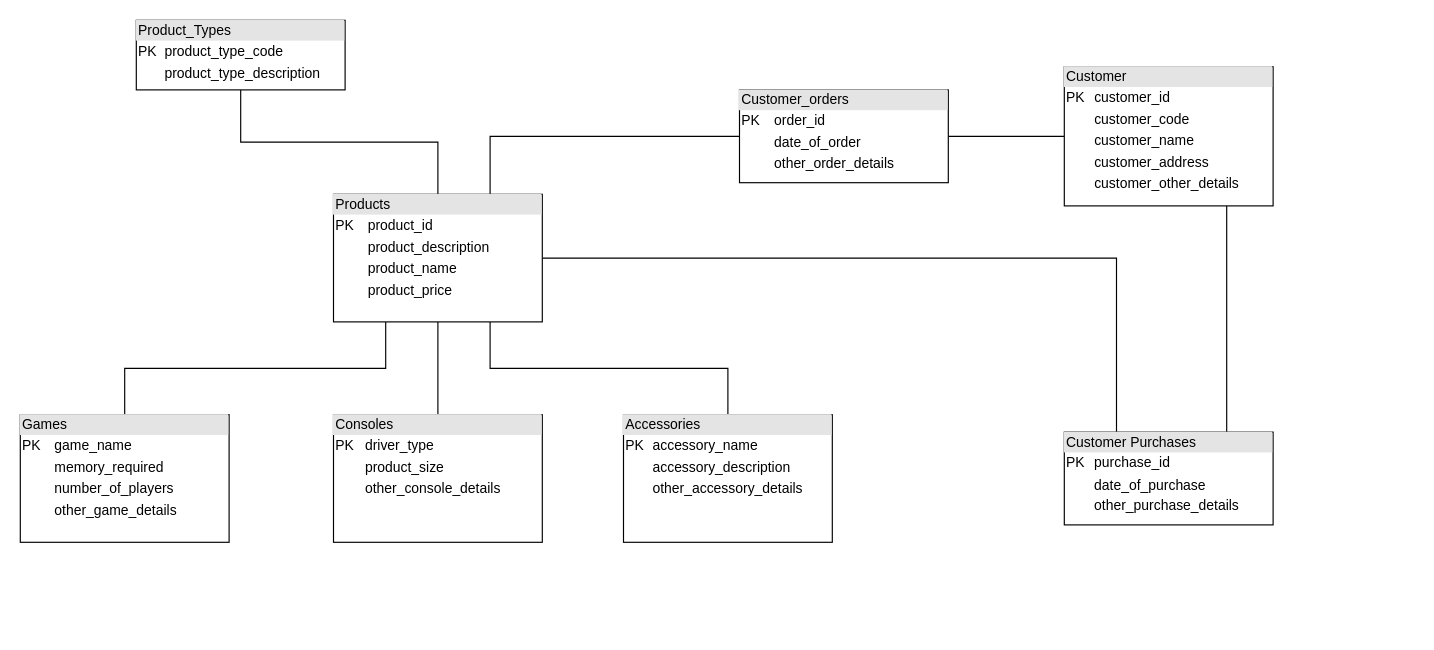
Before: page "The games store" (4 of 5) of first_diagram.drawio in nevenaAtanasova/diagrams, a draw.io diagram. Source tidied: cells renumbered, new cells numbered last; positions are measured from the earlier drawing's top-left corner, leaving out a move shared by most shapes. Both pictures are drawn from the tidied source at 116%, with x=0, y=0 at pixel (20, 20).
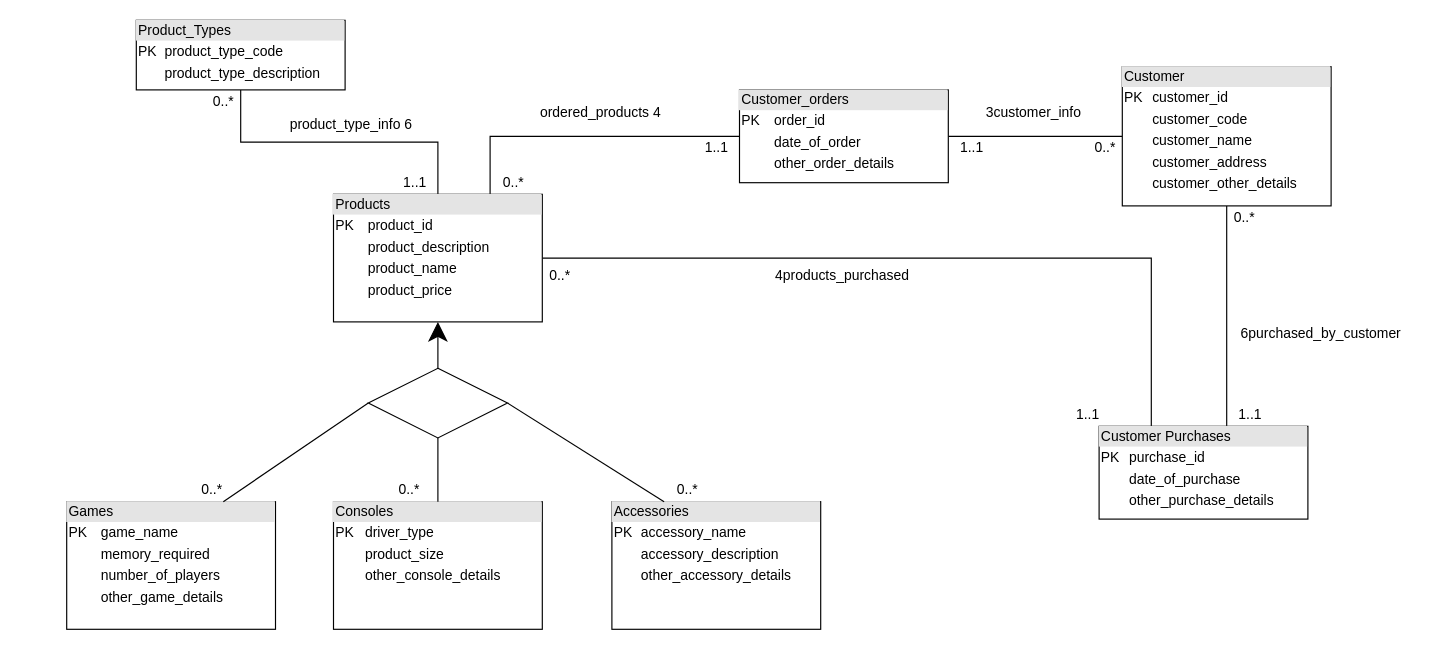
The same diagram, later.

The change refers to these unchanged cells:
```xml
<mxCell id="9" value="&lt;div style=&quot;box-sizing: border-box ; width: 100% ; background: #e4e4e4 ; padding: 2px&quot;&gt;Products&lt;/div&gt;&lt;table style=&quot;width: 100% ; font-size: 1em&quot; cellpadding=&quot;2&quot; cellspacing=&quot;0&quot;&gt;&lt;tbody&gt;&lt;tr&gt;&lt;td&gt;PK&lt;/td&gt;&lt;td&gt;product_id&lt;/td&gt;&lt;/tr&gt;&lt;tr&gt;&lt;td&gt;&lt;br&gt;&lt;/td&gt;&lt;td&gt;product_description&lt;/td&gt;&lt;/tr&gt;&lt;tr&gt;&lt;td&gt;&lt;br&gt;&lt;/td&gt;&lt;td&gt;product_name&lt;/td&gt;&lt;/tr&gt;&lt;tr&gt;&lt;td&gt;&lt;br&gt;&lt;/td&gt;&lt;td&gt;product_price&lt;/td&gt;&lt;/tr&gt;&lt;tr&gt;&lt;td&gt;&lt;br&gt;&lt;/td&gt;&lt;td&gt;&lt;br&gt;&lt;/td&gt;&lt;/tr&gt;&lt;/tbody&gt;&lt;/table&gt;" style="verticalAlign=top;align=left;overflow=fill;html=1;" parent="1" vertex="1">
  <mxGeometry x="270" y="150" width="180" height="110" as="geometry" />
</mxCell>
```

What changed in the source:
```diff
@@
-    <mxCell id="4" style="edgeStyle=orthogonalEdgeStyle;rounded=0;jettySize=auto;html=1;startArrow=none;startFill=0;endArrow=none;endFill=0;strokeColor=#000000;" parent="1" edge="1" source="9" target="10">
-      <mxGeometry relative="1" as="geometry" />
-    </mxCell>
@@
-    <mxCell id="6" style="edgeStyle=orthogonalEdgeStyle;rounded=0;jettySize=auto;html=1;exitX=0.75;exitY=1;exitDx=0;exitDy=0;entryX=0.5;entryY=0;entryDx=0;entryDy=0;startArrow=none;startFill=0;endArrow=none;endFill=0;strokeColor=#000000;" parent="1" edge="1" source="9" target="11">
-      <mxGeometry relative="1" as="geometry" />
-    </mxCell>
-    <mxCell id="7" style="edgeStyle=orthogonalEdgeStyle;rounded=0;jettySize=auto;html=1;exitX=0.25;exitY=1;exitDx=0;exitDy=0;startArrow=none;startFill=0;endArrow=none;endFill=0;strokeColor=#000000;" parent="1" edge="1" source="9" target="12">
-      <mxGeometry relative="1" as="geometry" />
-    </mxCell>
@@
     <mxCell id="10" value="&lt;div style=&quot;box-sizing: border-box ; width: 100% ; background: #e4e4e4 ; padding: 2px&quot;&gt;Consoles&lt;/div&gt;&lt;table style=&quot;width: 100% ; font-size: 1em&quot; cellpadding=&quot;2&quot; cellspacing=&quot;0&quot;&gt;&lt;tbody&gt;&lt;tr&gt;&lt;td&gt;PK&lt;/td&gt;&lt;td&gt;driver_type&lt;/td&gt;&lt;/tr&gt;&lt;tr&gt;&lt;td&gt;&lt;br&gt;&lt;/td&gt;&lt;td&gt;product_size&lt;/td&gt;&lt;/tr&gt;&lt;tr&gt;&lt;td&gt;&lt;br&gt;&lt;/td&gt;&lt;td&gt;other_console_details&lt;/td&gt;&lt;/tr&gt;&lt;tr&gt;&lt;td&gt;&lt;br&gt;&lt;/td&gt;&lt;td&gt;&lt;br&gt;&lt;/td&gt;&lt;/tr&gt;&lt;/tbody&gt;&lt;/table&gt;" style="verticalAlign=top;align=left;overflow=fill;html=1;" parent="1" vertex="1">
-      <mxGeometry x="270" y="340" width="180" height="110" as="geometry" />
+      <mxGeometry x="270" y="415" width="180" height="110" as="geometry" />
     </mxCell>
     <mxCell id="11" value="&lt;div style=&quot;box-sizing: border-box ; width: 100% ; background: #e4e4e4 ; padding: 2px&quot;&gt;Accessories&lt;/div&gt;&lt;table style=&quot;width: 100% ; font-size: 1em&quot; cellpadding=&quot;2&quot; cellspacing=&quot;0&quot;&gt;&lt;tbody&gt;&lt;tr&gt;&lt;td&gt;PK&lt;/td&gt;&lt;td&gt;accessory_name&lt;/td&gt;&lt;/tr&gt;&lt;tr&gt;&lt;td&gt;&lt;br&gt;&lt;/td&gt;&lt;td&gt;accessory_description&lt;/td&gt;&lt;/tr&gt;&lt;tr&gt;&lt;td&gt;&lt;br&gt;&lt;/td&gt;&lt;td&gt;other_accessory_details&lt;/td&gt;&lt;/tr&gt;&lt;tr&gt;&lt;td&gt;&lt;br&gt;&lt;/td&gt;&lt;td&gt;&lt;br&gt;&lt;/td&gt;&lt;/tr&gt;&lt;/tbody&gt;&lt;/table&gt;" style="verticalAlign=top;align=left;overflow=fill;html=1;" parent="1" vertex="1">
-      <mxGeometry x="520" y="340" width="180" height="110" as="geometry" />
+      <mxGeometry x="510" y="415" width="180" height="110" as="geometry" />
     </mxCell>
     <mxCell id="12" value="&lt;div style=&quot;box-sizing: border-box ; width: 100% ; background: #e4e4e4 ; padding: 2px&quot;&gt;Games&lt;/div&gt;&lt;table style=&quot;width: 100% ; font-size: 1em&quot; cellpadding=&quot;2&quot; cellspacing=&quot;0&quot;&gt;&lt;tbody&gt;&lt;tr&gt;&lt;td&gt;PK&lt;/td&gt;&lt;td&gt;game_name&lt;/td&gt;&lt;/tr&gt;&lt;tr&gt;&lt;td&gt;&lt;br&gt;&lt;/td&gt;&lt;td&gt;memory_required&lt;/td&gt;&lt;/tr&gt;&lt;tr&gt;&lt;td&gt;&lt;br&gt;&lt;/td&gt;&lt;td&gt;number_of_players&lt;/td&gt;&lt;/tr&gt;&lt;tr&gt;&lt;td&gt;&lt;br&gt;&lt;/td&gt;&lt;td&gt;other_game_details&lt;/td&gt;&lt;/tr&gt;&lt;tr&gt;&lt;td&gt;&lt;br&gt;&lt;/td&gt;&lt;td&gt;&lt;br&gt;&lt;/td&gt;&lt;/tr&gt;&lt;/tbody&gt;&lt;/table&gt;" style="verticalAlign=top;align=left;overflow=fill;html=1;" parent="1" vertex="1">
-      <mxGeometry y="340" width="180" height="110" as="geometry" />
+      <mxGeometry x="40" y="415" width="180" height="110" as="geometry" />
     </mxCell>
@@
     <mxCell id="16" value="&lt;div style=&quot;box-sizing: border-box ; width: 100% ; background: #e4e4e4 ; padding: 2px&quot;&gt;Customer&lt;/div&gt;&lt;table style=&quot;width: 100% ; font-size: 1em&quot; cellpadding=&quot;2&quot; cellspacing=&quot;0&quot;&gt;&lt;tbody&gt;&lt;tr&gt;&lt;td&gt;PK&lt;/td&gt;&lt;td&gt;customer_id&lt;/td&gt;&lt;/tr&gt;&lt;tr&gt;&lt;td&gt;&lt;br&gt;&lt;/td&gt;&lt;td&gt;customer_code&lt;/td&gt;&lt;/tr&gt;&lt;tr&gt;&lt;td&gt;&lt;br&gt;&lt;/td&gt;&lt;td&gt;customer_name&lt;br&gt;&lt;/td&gt;&lt;/tr&gt;&lt;tr&gt;&lt;td&gt;&lt;br&gt;&lt;/td&gt;&lt;td&gt;customer_address&lt;/td&gt;&lt;/tr&gt;&lt;tr&gt;&lt;td&gt;&lt;br&gt;&lt;/td&gt;&lt;td&gt;customer_other_details&lt;/td&gt;&lt;/tr&gt;&lt;/tbody&gt;&lt;/table&gt;" style="verticalAlign=top;align=left;overflow=fill;html=1;" parent="1" vertex="1">
-      <mxGeometry x="900" y="40" width="180" height="120" as="geometry" />
+      <mxGeometry x="950" y="40" width="180" height="120" as="geometry" />
     </mxCell>
     <mxCell id="17" value="&lt;div style=&quot;box-sizing: border-box ; width: 100% ; background: #e4e4e4 ; padding: 2px&quot;&gt;Customer Purchases&lt;/div&gt;&lt;table style=&quot;width: 100% ; font-size: 1em&quot; cellpadding=&quot;2&quot; cellspacing=&quot;0&quot;&gt;&lt;tbody&gt;&lt;tr&gt;&lt;td&gt;PK&lt;/td&gt;&lt;td&gt;purchase_id&lt;/td&gt;&lt;/tr&gt;&lt;tr&gt;&lt;td&gt;&lt;br&gt;&lt;/td&gt;&lt;td&gt;date_of_purchase&lt;/td&gt;&lt;/tr&gt;&lt;tr&gt;&lt;td&gt;&lt;br&gt;&lt;/td&gt;&lt;td&gt;other_purchase_details&lt;/td&gt;&lt;/tr&gt;&lt;/tbody&gt;&lt;/table&gt;" style="verticalAlign=top;align=left;overflow=fill;html=1;" parent="1" vertex="1">
-      <mxGeometry x="900" y="355" width="180" height="80" as="geometry" />
+      <mxGeometry x="930" y="350" width="180" height="80" as="geometry" />
     </mxCell>
+    <mxCell id="18" value="0..*" style="text;html=1;align=center;verticalAlign=middle;strokeColor=none;fillColor=none;" parent="1" vertex="1">
+      <mxGeometry x="160" y="60" width="30" height="20" as="geometry" />
+    </mxCell>
+    <mxCell id="19" value="0..*" style="text;html=1;align=center;verticalAlign=middle;strokeColor=none;fillColor=none;" parent="1" vertex="1">
+      <mxGeometry x="410" y="130" width="30" height="20" as="geometry" />
+    </mxCell>
+    <mxCell id="20" value="0..*" style="text;html=1;align=center;verticalAlign=middle;strokeColor=none;fillColor=none;" parent="1" vertex="1">
+      <mxGeometry x="150" y="395" width="30" height="20" as="geometry" />
+    </mxCell>
+    <mxCell id="21" value="0..*" style="text;html=1;align=center;verticalAlign=middle;strokeColor=none;fillColor=none;" parent="1" vertex="1">
+      <mxGeometry x="320" y="395" width="30" height="20" as="geometry" />
+    </mxCell>
+    <mxCell id="22" value="0..*" style="text;html=1;align=center;verticalAlign=middle;strokeColor=none;fillColor=none;" parent="1" vertex="1">
+      <mxGeometry x="560" y="395" width="30" height="20" as="geometry" />
+    </mxCell>
+    <mxCell id="23" value="0..*" style="text;html=1;align=center;verticalAlign=middle;strokeColor=none;fillColor=none;" parent="1" vertex="1">
+      <mxGeometry x="450" y="210" width="30" height="20" as="geometry" />
+    </mxCell>
+    <mxCell id="24" value="0..*" style="text;html=1;align=center;verticalAlign=middle;strokeColor=none;fillColor=none;" parent="1" vertex="1">
+      <mxGeometry x="920" y="100" width="30" height="20" as="geometry" />
+    </mxCell>
+    <mxCell id="25" value="0..*" style="text;html=1;align=center;verticalAlign=middle;strokeColor=none;fillColor=none;" parent="1" vertex="1">
+      <mxGeometry x="1040" y="160" width="30" height="20" as="geometry" />
+    </mxCell>
+    <mxCell id="26" value="1..1" style="text;html=1;align=center;verticalAlign=middle;strokeColor=none;fillColor=none;" parent="1" vertex="1">
+      <mxGeometry x="900" y="330" width="40" height="20" as="geometry" />
+    </mxCell>
+    <mxCell id="27" value="1..1" style="text;html=1;align=center;verticalAlign=middle;strokeColor=none;fillColor=none;" parent="1" vertex="1">
+      <mxGeometry x="1040" y="330" width="40" height="20" as="geometry" />
+    </mxCell>
+    <mxCell id="28" value="1..1" style="text;html=1;align=center;verticalAlign=middle;strokeColor=none;fillColor=none;" parent="1" vertex="1">
+      <mxGeometry x="800" y="100" width="40" height="20" as="geometry" />
+    </mxCell>
+    <mxCell id="29" value="1..1" style="text;html=1;align=center;verticalAlign=middle;strokeColor=none;fillColor=none;" parent="1" vertex="1">
+      <mxGeometry x="580" y="100" width="40" height="20" as="geometry" />
+    </mxCell>
+    <mxCell id="30" style="edgeStyle=none;curved=1;rounded=0;jettySize=auto;html=1;exitX=0;exitY=0.5;exitDx=0;exitDy=0;endArrow=none;startSize=14;endSize=14;sourcePerimeterSpacing=8;targetPerimeterSpacing=8;endFill=0;entryX=0.75;entryY=0;entryDx=0;entryDy=0;" parent="1" edge="1" source="34" target="12">
+      <mxGeometry relative="1" as="geometry" />
+    </mxCell>
+    <mxCell id="31" style="edgeStyle=none;curved=1;rounded=0;jettySize=auto;html=1;exitX=0.5;exitY=1;exitDx=0;exitDy=0;entryX=0.5;entryY=0;entryDx=0;entryDy=0;endArrow=none;endFill=0;startSize=14;endSize=14;sourcePerimeterSpacing=8;targetPerimeterSpacing=8;" parent="1" edge="1" source="34" target="10">
+      <mxGeometry relative="1" as="geometry" />
+    </mxCell>
+    <mxCell id="32" style="edgeStyle=none;curved=1;rounded=0;jettySize=auto;html=1;exitX=1;exitY=0.5;exitDx=0;exitDy=0;entryX=0.25;entryY=0;entryDx=0;entryDy=0;endArrow=none;endFill=0;startSize=14;endSize=14;sourcePerimeterSpacing=8;targetPerimeterSpacing=8;" parent="1" edge="1" source="34" target="11">
+      <mxGeometry relative="1" as="geometry" />
+    </mxCell>
+    <mxCell id="33" style="edgeStyle=none;curved=1;rounded=0;jettySize=auto;html=1;exitX=0.5;exitY=0;exitDx=0;exitDy=0;entryX=0.5;entryY=1;entryDx=0;entryDy=0;endArrow=classic;endFill=1;startSize=14;endSize=14;sourcePerimeterSpacing=8;targetPerimeterSpacing=8;" parent="1" edge="1" source="34" target="9">
+      <mxGeometry relative="1" as="geometry" />
+    </mxCell>
+    <mxCell id="34" style="shape=rhombus;perimeter=rhombusPerimeter;whiteSpace=wrap;html=1;align=center;hachureGap=4;" parent="1" vertex="1">
+      <mxGeometry x="300" y="300" width="120" height="60" as="geometry" />
+    </mxCell>
+    <mxCell id="35" value="1..1" style="text;html=1;align=center;verticalAlign=middle;strokeColor=none;fillColor=none;" parent="1" vertex="1">
+      <mxGeometry x="320" y="130" width="40" height="20" as="geometry" />
+    </mxCell>
+    <mxCell id="36" value="product_type_info &lt;font face=&quot;Webdings&quot;&gt;6&lt;/font&gt;" style="text;html=1;align=center;verticalAlign=middle;strokeColor=none;fillColor=none;" parent="1" vertex="1">
+      <mxGeometry x="220" y="80" width="130" height="20" as="geometry" />
+    </mxCell>
+    <mxCell id="37" value="ordered_products&amp;nbsp;&lt;font face=&quot;Webdings&quot;&gt;4&lt;/font&gt;" style="text;html=1;align=center;verticalAlign=middle;strokeColor=none;fillColor=none;" parent="1" vertex="1">
+      <mxGeometry x="440" y="70" width="120" height="20" as="geometry" />
+    </mxCell>
+    <mxCell id="38" value="&lt;span style=&quot;font-family: &amp;#34;webdings&amp;#34;&quot;&gt;3&lt;/span&gt;customer_info&amp;nbsp;" style="text;html=1;align=center;verticalAlign=middle;strokeColor=none;fillColor=none;" parent="1" vertex="1">
+      <mxGeometry x="820" y="70" width="110" height="20" as="geometry" />
+    </mxCell>
+    <mxCell id="39" value="&lt;span style=&quot;font-family: &amp;#34;webdings&amp;#34;&quot;&gt;6&lt;/span&gt;purchased_by_customer" style="text;html=1;align=center;verticalAlign=middle;strokeColor=none;fillColor=none;" parent="1" vertex="1">
+      <mxGeometry x="1041" y="260" width="160" height="20" as="geometry" />
+    </mxCell>
+    <mxCell id="40" value="&lt;span style=&quot;font-family: &amp;#34;webdings&amp;#34;&quot;&gt;4&lt;/span&gt;products_purchased&amp;nbsp;" style="text;html=1;align=center;verticalAlign=middle;strokeColor=none;fillColor=none;" parent="1" vertex="1">
+      <mxGeometry x="640" y="210" width="140" height="20" as="geometry" />
+    </mxCell>
```
